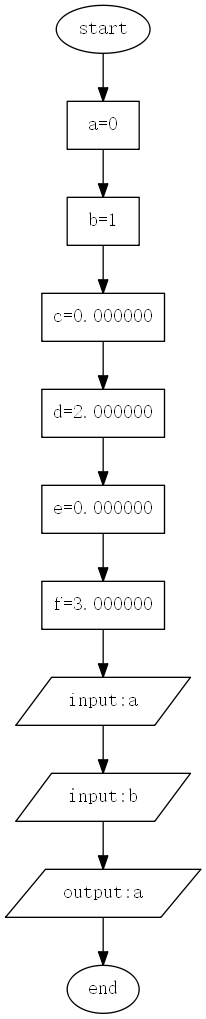
Before: graph.png, a diagram exported from Graphviz (TomSawyer2/C-transform). Its source is kept beside it as graph.dot.
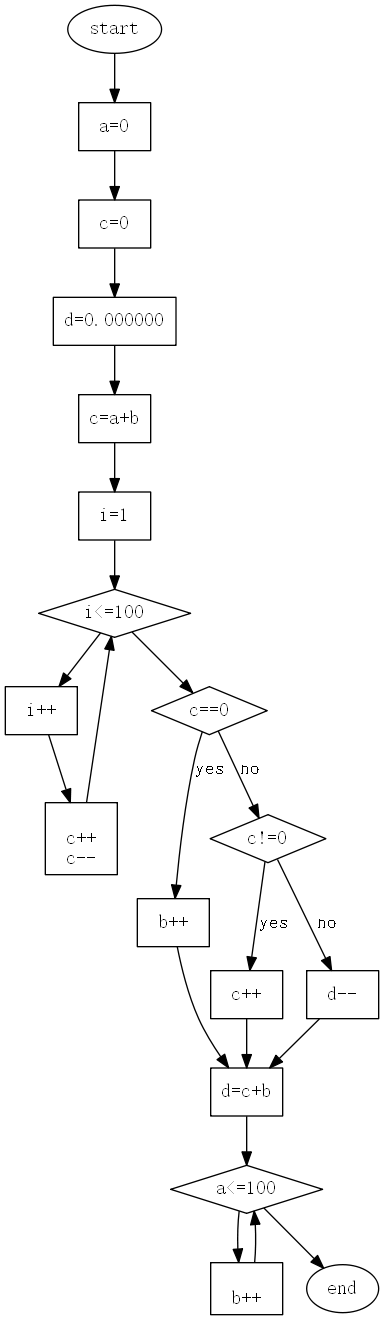
After the commit.

Change to the diagram source:
```diff
@@ -5,21 +5,45 @@
 start->equal1
 equal1 [shape=box, label="a=0"];
 equal1->equal2
-equal2 [shape=box, label="b=1"];
+equal2 [shape=box, label="c=0"];
 equal2->equal3
-equal3 [shape=box, label="c=0.000000"];
-equal3->equal4
-equal4 [shape=box, label="d=2.000000"];
-equal4->equal5
-equal5 [shape=box, label="e=0.000000"];
-equal5->equal6
-equal6 [shape=box, label="f=3.000000"];
+equal3 [shape=box, label="d=0.000000"];
+equal3->equal4;
+equal4 [shape=box, label="c=a+b"];
+equal4->equal5;
+equal5 [shape=box, label="i=1"];
+equal5->equal6;
+equal6 [shape=diamond, label="i<=100"];
 equal6->equal7;
-equal7 [shape=parallelogram, label="input:a"];
+equal7 [shape=box, label="i++"];
 equal7->equal8;
-equal8 [shape=parallelogram, label="input:b"];
-equal8->equal9;
-equal9 [shape=parallelogram, label="output:a"];
-equal9->end;
+equal8 [shape=box, label="
+c++
+c--
+"];
+equal8->equal6;
+equal6->equal9
+equal9 [shape=diamond, label="c==0"];
+equal9->equal10[label="yes"];
+equal10 [shape=box, label="b++
+"];
+equal9->equal11[label="no"];
+equal11 [shape=diamond, label="c!=0"];
+equal11->equal12[label="yes"];
+equal12 [shape=box, label="c++
+"];
+equal11->equal13[label="no"];
+equal13 [shape=box, label="d--
+"];
+equal10,equal12,equal13->equal14;
+equal14 [shape=box, label="d=c+b"];
+equal14->equal15
+equal15 [shape=diamond, label="a<=100"];
+equal15->equal16
+equal16 [shape=box, label="
+b++
+"];
+equal16->equal15
+equal15->end;
 end [shape=ellipse, label="end"];
 }
```
